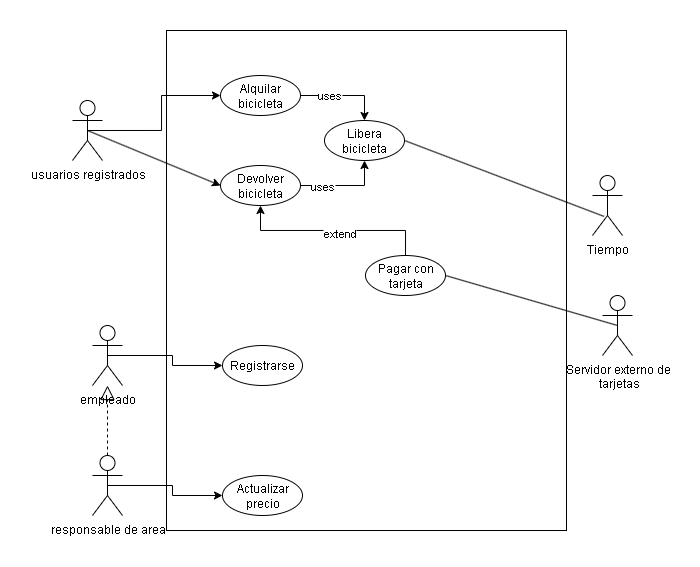
Before: Ejercicio10-Alquiler de bicicletas/Diagrama ejercicio 10.drawio.png, a diagram exported from draw.io (Fefo7/Inge1). Source tidied: cells renumbered, new cells last; positions are measured from the earlier drawing's top-left corner, leaving out a move shared by most shapes. Its diagram source:
```xml
<mxGraphModel>
  <root>
    <mxCell id="0" />
    <mxCell id="1" parent="0" />
    <mxCell id="2" style="rounded=0;whiteSpace=wrap;html=1;" parent="1" vertex="1">
      <mxGeometry x="94" width="400" height="500" as="geometry" />
    </mxCell>
    <mxCell id="3" style="edgeStyle=orthogonalEdgeStyle;rounded=0;jettySize=auto;html=1;exitX=0.5;exitY=0.5;exitDx=0;exitDy=0;exitPerimeter=0;entryX=0;entryY=0.5;entryDx=0;entryDy=0;" parent="1" edge="1" source="5" target="12">
      <mxGeometry relative="1" as="geometry" />
    </mxCell>
    <mxCell id="4" style="rounded=0;jettySize=auto;html=1;entryX=0;entryY=0.5;entryDx=0;entryDy=0;" parent="1" edge="1" target="18">
      <mxGeometry relative="1" as="geometry">
        <mxPoint x="15" y="100" as="sourcePoint" />
      </mxGeometry>
    </mxCell>
    <mxCell id="5" value="usuarios registrados" style="shape=umlActor;verticalLabelPosition=bottom;verticalAlign=top;html=1;outlineConnect=0;" parent="1" vertex="1">
      <mxGeometry y="70" width="30" height="60" as="geometry" />
    </mxCell>
    <mxCell id="6" style="edgeStyle=orthogonalEdgeStyle;rounded=0;jettySize=auto;html=1;exitX=0.5;exitY=0.5;exitDx=0;exitDy=0;exitPerimeter=0;entryX=0;entryY=0.5;entryDx=0;entryDy=0;" parent="1" edge="1" source="7" target="26">
      <mxGeometry relative="1" as="geometry" />
    </mxCell>
    <mxCell id="7" value="empleado" style="shape=umlActor;verticalLabelPosition=bottom;verticalAlign=top;html=1;outlineConnect=0;" parent="1" vertex="1">
      <mxGeometry x="20" y="295" width="30" height="60" as="geometry" />
    </mxCell>
    <mxCell id="8" style="edgeStyle=orthogonalEdgeStyle;rounded=0;jettySize=auto;html=1;exitX=0.5;exitY=0.5;exitDx=0;exitDy=0;exitPerimeter=0;entryX=0;entryY=0.5;entryDx=0;entryDy=0;" parent="1" edge="1" source="9" target="24">
      <mxGeometry relative="1" as="geometry" />
    </mxCell>
    <mxCell id="9" value="responsable de area" style="shape=umlActor;verticalLabelPosition=bottom;verticalAlign=top;html=1;outlineConnect=0;" parent="1" vertex="1">
      <mxGeometry x="20" y="425" width="30" height="60" as="geometry" />
    </mxCell>
    <mxCell id="10" style="edgeStyle=orthogonalEdgeStyle;rounded=0;jettySize=auto;html=1;exitX=1;exitY=0.5;exitDx=0;exitDy=0;entryX=0.5;entryY=0;entryDx=0;entryDy=0;" parent="1" edge="1" source="12" target="14">
      <mxGeometry relative="1" as="geometry" />
    </mxCell>
    <mxCell id="11" value="uses" style="edgeLabel;html=1;align=center;verticalAlign=middle;" parent="10" vertex="1">
      <mxGeometry x="-0.36" relative="1" as="geometry" />
    </mxCell>
    <mxCell id="12" value="Alquilar bicicleta" style="ellipse;whiteSpace=wrap;html=1;" parent="1" vertex="1">
      <mxGeometry x="148" y="45" width="80" height="40" as="geometry" />
    </mxCell>
    <mxCell id="13" value="Tiempo" style="shape=umlActor;verticalLabelPosition=bottom;verticalAlign=top;html=1;" parent="1" vertex="1">
      <mxGeometry x="520" y="145" width="30" height="60" as="geometry" />
    </mxCell>
    <mxCell id="14" value="Libera bicicleta" style="ellipse;whiteSpace=wrap;html=1;" parent="1" vertex="1">
      <mxGeometry x="252" y="90" width="80" height="40" as="geometry" />
    </mxCell>
    <mxCell id="15" style="endArrow=none;html=1;rounded=0;entryX=0.385;entryY=0.682;entryDx=0;entryDy=0;entryPerimeter=0;exitX=1;exitY=0.5;exitDx=0;exitDy=0;" parent="1" edge="1" source="14" target="13">
      <mxGeometry relative="1" as="geometry" />
    </mxCell>
    <mxCell id="16" style="edgeStyle=orthogonalEdgeStyle;rounded=0;jettySize=auto;html=1;exitX=1;exitY=0.5;exitDx=0;exitDy=0;entryX=0.5;entryY=1;entryDx=0;entryDy=0;" parent="1" edge="1" source="18" target="14">
      <mxGeometry relative="1" as="geometry" />
    </mxCell>
    <mxCell id="17" value="uses" style="edgeLabel;html=1;align=center;verticalAlign=middle;" parent="16" vertex="1">
      <mxGeometry x="-0.5" y="-1" relative="1" as="geometry" />
    </mxCell>
    <mxCell id="18" value="Devolver bicicleta" style="ellipse;whiteSpace=wrap;html=1;" parent="1" vertex="1">
      <mxGeometry x="148" y="135" width="80" height="40" as="geometry" />
    </mxCell>
    <mxCell id="19" style="edgeStyle=orthogonalEdgeStyle;rounded=0;jettySize=auto;html=1;exitX=0.5;exitY=0;exitDx=0;exitDy=0;entryX=0.5;entryY=1;entryDx=0;entryDy=0;" parent="1" edge="1" source="21" target="18">
      <mxGeometry relative="1" as="geometry" />
    </mxCell>
    <mxCell id="20" value="extend" style="edgeLabel;html=1;align=center;verticalAlign=middle;" parent="19" vertex="1">
      <mxGeometry x="-0.06" y="3" relative="1" as="geometry" />
    </mxCell>
    <mxCell id="21" value="Pagar con tarjeta" style="ellipse;whiteSpace=wrap;html=1;" parent="1" vertex="1">
      <mxGeometry x="293" y="225" width="80" height="40" as="geometry" />
    </mxCell>
    <mxCell id="22" value="Servidor externo de&lt;div&gt;&amp;nbsp;tarjetas&lt;/div&gt;" style="shape=umlActor;verticalLabelPosition=bottom;verticalAlign=top;html=1;" parent="1" vertex="1">
      <mxGeometry x="530" y="265" width="30" height="60" as="geometry" />
    </mxCell>
    <mxCell id="23" style="endArrow=none;html=1;rounded=0;entryX=0.5;entryY=0.5;entryDx=0;entryDy=0;entryPerimeter=0;exitX=1;exitY=0.5;exitDx=0;exitDy=0;" parent="1" edge="1" source="21" target="22">
      <mxGeometry relative="1" as="geometry" />
    </mxCell>
    <mxCell id="24" value="Actualizar precio" style="ellipse;whiteSpace=wrap;html=1;" parent="1" vertex="1">
      <mxGeometry x="150" y="445" width="80" height="40" as="geometry" />
    </mxCell>
    <mxCell id="25" style="endArrow=block;dashed=1;endFill=0;endSize=12;html=1;rounded=0;exitX=0.5;exitY=0;exitDx=0;exitDy=0;exitPerimeter=0;" parent="1" edge="1" source="9" target="7">
      <mxGeometry relative="1" as="geometry" />
    </mxCell>
    <mxCell id="26" value="Registrarse" style="ellipse;whiteSpace=wrap;html=1;" parent="1" vertex="1">
      <mxGeometry x="150" y="315" width="80" height="40" as="geometry" />
    </mxCell>
  </root>
</mxGraphModel>
```
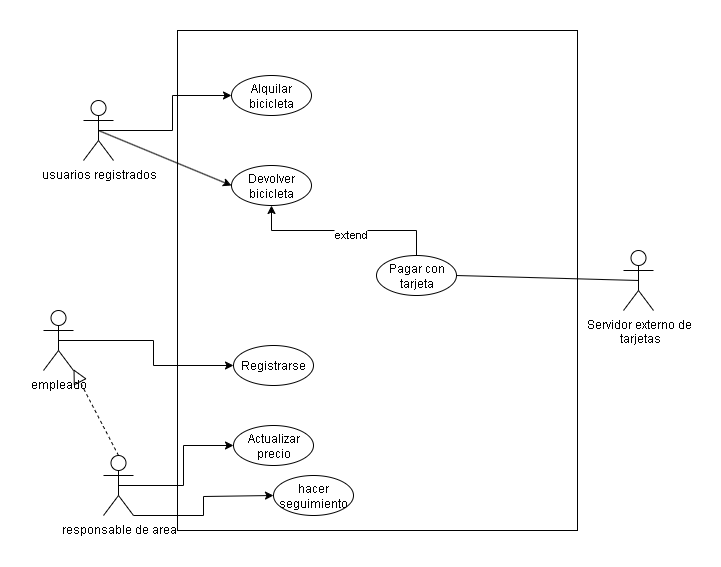
Above is the later version.

Diff of the diagram source:
```diff
@@ -20,38 +20,26 @@
       <mxGeometry relative="1" as="geometry" />
     </mxCell>
     <mxCell id="7" value="empleado" style="shape=umlActor;verticalLabelPosition=bottom;verticalAlign=top;html=1;outlineConnect=0;" parent="1" vertex="1">
-      <mxGeometry x="20" y="295" width="30" height="60" as="geometry" />
+      <mxGeometry x="-40" y="280" width="30" height="60" as="geometry" />
     </mxCell>
     <mxCell id="8" style="edgeStyle=orthogonalEdgeStyle;rounded=0;jettySize=auto;html=1;exitX=0.5;exitY=0.5;exitDx=0;exitDy=0;exitPerimeter=0;entryX=0;entryY=0.5;entryDx=0;entryDy=0;" parent="1" edge="1" source="9" target="24">
       <mxGeometry relative="1" as="geometry" />
     </mxCell>
+    <mxCell id="27" style="edgeStyle=orthogonalEdgeStyle;rounded=0;jettySize=auto;html=1;exitX=1;exitY=1;exitDx=0;exitDy=0;exitPerimeter=0;" parent="1" edge="1" source="9">
+      <mxGeometry relative="1" as="geometry">
+        <mxPoint x="190" y="465" as="targetPoint" />
+        <Array as="points">
+          <mxPoint x="120" y="485" />
+          <mxPoint x="120" y="466" />
+        </Array>
+      </mxGeometry>
+    </mxCell>
     <mxCell id="9" value="responsable de area" style="shape=umlActor;verticalLabelPosition=bottom;verticalAlign=top;html=1;outlineConnect=0;" parent="1" vertex="1">
       <mxGeometry x="20" y="425" width="30" height="60" as="geometry" />
     </mxCell>
-    <mxCell id="10" style="edgeStyle=orthogonalEdgeStyle;rounded=0;jettySize=auto;html=1;exitX=1;exitY=0.5;exitDx=0;exitDy=0;entryX=0.5;entryY=0;entryDx=0;entryDy=0;" parent="1" edge="1" source="12" target="14">
-      <mxGeometry relative="1" as="geometry" />
-    </mxCell>
-    <mxCell id="11" value="uses" style="edgeLabel;html=1;align=center;verticalAlign=middle;" parent="10" vertex="1">
-      <mxGeometry x="-0.36" relative="1" as="geometry" />
-    </mxCell>
     <mxCell id="12" value="Alquilar bicicleta" style="ellipse;whiteSpace=wrap;html=1;" parent="1" vertex="1">
       <mxGeometry x="148" y="45" width="80" height="40" as="geometry" />
     </mxCell>
-    <mxCell id="13" value="Tiempo" style="shape=umlActor;verticalLabelPosition=bottom;verticalAlign=top;html=1;" parent="1" vertex="1">
-      <mxGeometry x="520" y="145" width="30" height="60" as="geometry" />
-    </mxCell>
-    <mxCell id="14" value="Libera bicicleta" style="ellipse;whiteSpace=wrap;html=1;" parent="1" vertex="1">
-      <mxGeometry x="252" y="90" width="80" height="40" as="geometry" />
-    </mxCell>
-    <mxCell id="15" style="endArrow=none;html=1;rounded=0;entryX=0.385;entryY=0.682;entryDx=0;entryDy=0;entryPerimeter=0;exitX=1;exitY=0.5;exitDx=0;exitDy=0;" parent="1" edge="1" source="14" target="13">
-      <mxGeometry relative="1" as="geometry" />
-    </mxCell>
-    <mxCell id="16" style="edgeStyle=orthogonalEdgeStyle;rounded=0;jettySize=auto;html=1;exitX=1;exitY=0.5;exitDx=0;exitDy=0;entryX=0.5;entryY=1;entryDx=0;entryDy=0;" parent="1" edge="1" source="18" target="14">
-      <mxGeometry relative="1" as="geometry" />
-    </mxCell>
-    <mxCell id="17" value="uses" style="edgeLabel;html=1;align=center;verticalAlign=middle;" parent="16" vertex="1">
-      <mxGeometry x="-0.5" y="-1" relative="1" as="geometry" />
-    </mxCell>
     <mxCell id="18" value="Devolver bicicleta" style="ellipse;whiteSpace=wrap;html=1;" parent="1" vertex="1">
       <mxGeometry x="148" y="135" width="80" height="40" as="geometry" />
     </mxCell>
@@ -65,13 +53,13 @@
       <mxGeometry x="293" y="225" width="80" height="40" as="geometry" />
     </mxCell>
     <mxCell id="22" value="Servidor externo de&lt;div&gt;&amp;nbsp;tarjetas&lt;/div&gt;" style="shape=umlActor;verticalLabelPosition=bottom;verticalAlign=top;html=1;" parent="1" vertex="1">
-      <mxGeometry x="530" y="265" width="30" height="60" as="geometry" />
+      <mxGeometry x="540" y="220" width="30" height="60" as="geometry" />
     </mxCell>
     <mxCell id="23" style="endArrow=none;html=1;rounded=0;entryX=0.5;entryY=0.5;entryDx=0;entryDy=0;entryPerimeter=0;exitX=1;exitY=0.5;exitDx=0;exitDy=0;" parent="1" edge="1" source="21" target="22">
       <mxGeometry relative="1" as="geometry" />
     </mxCell>
     <mxCell id="24" value="Actualizar precio" style="ellipse;whiteSpace=wrap;html=1;" parent="1" vertex="1">
-      <mxGeometry x="150" y="445" width="80" height="40" as="geometry" />
+      <mxGeometry x="150" y="395" width="80" height="40" as="geometry" />
     </mxCell>
     <mxCell id="25" style="endArrow=block;dashed=1;endFill=0;endSize=12;html=1;rounded=0;exitX=0.5;exitY=0;exitDx=0;exitDy=0;exitPerimeter=0;" parent="1" edge="1" source="9" target="7">
       <mxGeometry relative="1" as="geometry" />
@@ -79,5 +67,8 @@
     <mxCell id="26" value="Registrarse" style="ellipse;whiteSpace=wrap;html=1;" parent="1" vertex="1">
       <mxGeometry x="150" y="315" width="80" height="40" as="geometry" />
     </mxCell>
+    <mxCell id="28" value="hacer seguimiento" style="ellipse;whiteSpace=wrap;html=1;" parent="1" vertex="1">
+      <mxGeometry x="190" y="445" width="80" height="40" as="geometry" />
+    </mxCell>
   </root>
 </mxGraphModel>
```
